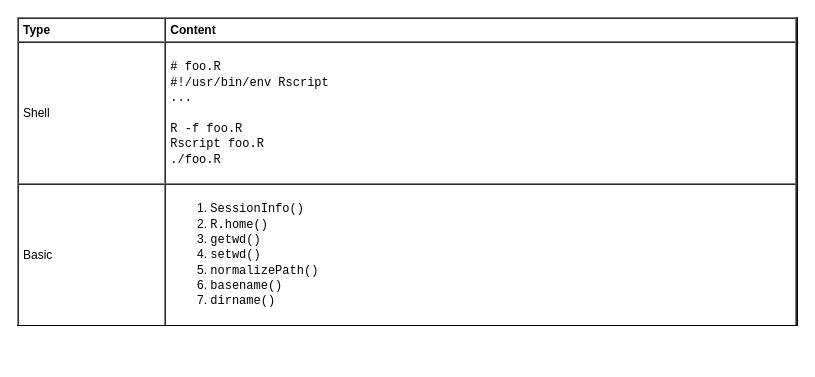
yangdj/tf_docs keeps this draw.io diagram as page "Syntax" (4 of 8) of languages/R/R.drawio. Above is the earlier version. Source tidied: cells renumbered, new cells numbered last; positions are measured from the earlier drawing's top-left corner, leaving out a move shared by most shapes. Both pictures are drawn from the tidied source at 100%, with x=0, y=0 at pixel (17, 17).
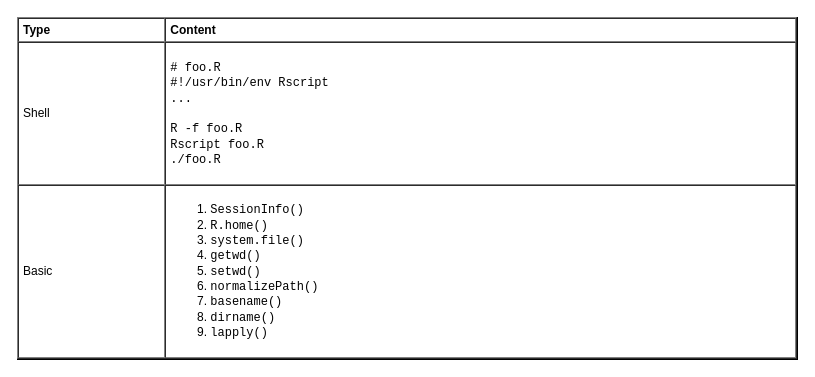
The same diagram, later.

The edit, as a diff of the source:
```diff
@@
 <mxGraphModel>
   <root>
     <mxCell id="0" />
     <mxCell id="1" parent="0" />
-    <mxCell id="2" value="&lt;table cellpadding=&quot;4&quot; cellspacing=&quot;0&quot; border=&quot;1&quot; style=&quot;font-size: 1em ; width: 100% ; height: 100%&quot;&gt;&lt;tbody&gt;&lt;tr&gt;&lt;th&gt;Type&lt;/th&gt;&lt;th&gt;Content&lt;/th&gt;&lt;/tr&gt;&lt;tr&gt;&lt;td&gt;Shell&lt;/td&gt;&lt;td&gt;&lt;p&gt;&lt;/p&gt;&lt;font face=&quot;Courier New&quot;&gt;# foo.R&lt;br&gt;#!/usr/bin/env Rscript&lt;br&gt;...&lt;br&gt;&lt;br&gt;R -f foo.R&lt;br&gt;Rscript foo.R&lt;br&gt;./foo.R&lt;/font&gt;&lt;p&gt;&lt;/p&gt;&lt;/td&gt;&lt;/tr&gt;&lt;tr&gt;&lt;td&gt;Basic&lt;/td&gt;&lt;td&gt;&lt;ol&gt;&lt;li&gt;&lt;font face=&quot;Courier New&quot;&gt;SessionInfo()&lt;/font&gt;&lt;/li&gt;&lt;li&gt;&lt;font face=&quot;Courier New&quot;&gt;R.home()&lt;/font&gt;&lt;/li&gt;&lt;li&gt;&lt;font face=&quot;Courier New&quot;&gt;getwd()&lt;/font&gt;&lt;/li&gt;&lt;li&gt;&lt;font face=&quot;Courier New&quot;&gt;setwd()&lt;/font&gt;&lt;/li&gt;&lt;li&gt;&lt;font face=&quot;Courier New&quot;&gt;normalizePath()&lt;/font&gt;&lt;/li&gt;&lt;li&gt;&lt;font face=&quot;Courier New&quot;&gt;basename()&lt;/font&gt;&lt;/li&gt;&lt;li&gt;&lt;font face=&quot;Courier New&quot;&gt;dirname()&lt;/font&gt;&lt;/li&gt;&lt;/ol&gt;&lt;/td&gt;&lt;/tr&gt;&lt;/tbody&gt;&lt;/table&gt; " style="verticalAlign=top;align=left;overflow=fill;fontSize=12;fontFamily=Helvetica;html=1;fillColor=none;" parent="1" vertex="1">
-      <mxGeometry width="780" height="308" as="geometry" />
+    <mxCell id="2" value="&lt;table cellpadding=&quot;4&quot; cellspacing=&quot;0&quot; border=&quot;1&quot; style=&quot;font-size: 1em ; width: 100% ; height: 100%&quot;&gt;&lt;tbody&gt;&lt;tr&gt;&lt;th&gt;Type&lt;/th&gt;&lt;th&gt;Content&lt;/th&gt;&lt;/tr&gt;&lt;tr&gt;&lt;td&gt;Shell&lt;/td&gt;&lt;td&gt;&lt;p&gt;&lt;/p&gt;&lt;font face=&quot;Courier New&quot;&gt;# foo.R&lt;br&gt;#!/usr/bin/env Rscript&lt;br&gt;...&lt;br&gt;&lt;br&gt;R -f foo.R&lt;br&gt;Rscript foo.R&lt;br&gt;./foo.R&lt;/font&gt;&lt;p&gt;&lt;/p&gt;&lt;/td&gt;&lt;/tr&gt;&lt;tr&gt;&lt;td&gt;Basic&lt;/td&gt;&lt;td&gt;&lt;ol&gt;&lt;li&gt;&lt;font face=&quot;Courier New&quot;&gt;SessionInfo()&lt;/font&gt;&lt;/li&gt;&lt;li&gt;&lt;font face=&quot;Courier New&quot;&gt;R.home()&lt;/font&gt;&lt;/li&gt;&lt;li&gt;&lt;font face=&quot;Courier New&quot;&gt;system.file()&lt;/font&gt;&lt;/li&gt;&lt;li&gt;&lt;font face=&quot;Courier New&quot;&gt;getwd()&lt;/font&gt;&lt;/li&gt;&lt;li&gt;&lt;font face=&quot;Courier New&quot;&gt;setwd()&lt;/font&gt;&lt;/li&gt;&lt;li&gt;&lt;font face=&quot;Courier New&quot;&gt;normalizePath()&lt;/font&gt;&lt;/li&gt;&lt;li&gt;&lt;font face=&quot;Courier New&quot;&gt;basename()&lt;/font&gt;&lt;/li&gt;&lt;li&gt;&lt;font face=&quot;Courier New&quot;&gt;dirname()&lt;/font&gt;&lt;/li&gt;&lt;li&gt;&lt;font face=&quot;Courier New&quot;&gt;lapply()&lt;/font&gt;&lt;/li&gt;&lt;/ol&gt;&lt;/td&gt;&lt;/tr&gt;&lt;/tbody&gt;&lt;/table&gt; " style="verticalAlign=top;align=left;overflow=fill;fontSize=12;fontFamily=Helvetica;html=1;fillColor=none;" parent="1" vertex="1">
+      <mxGeometry width="780" height="342" as="geometry" />
     </mxCell>
   </root>
 </mxGraphModel>
```
